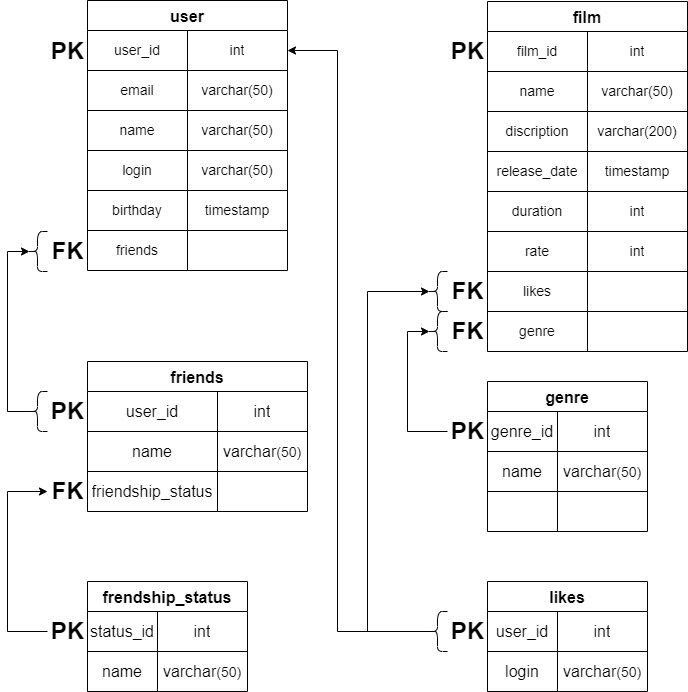
Nexler0/java-filmorate keeps this draw.io diagram as src/BD_scheme.png. Above is the earlier version. Source tidied: cells renumbered, new cells last; positions are measured from the earlier drawing's top-left corner, leaving out a move shared by most shapes.
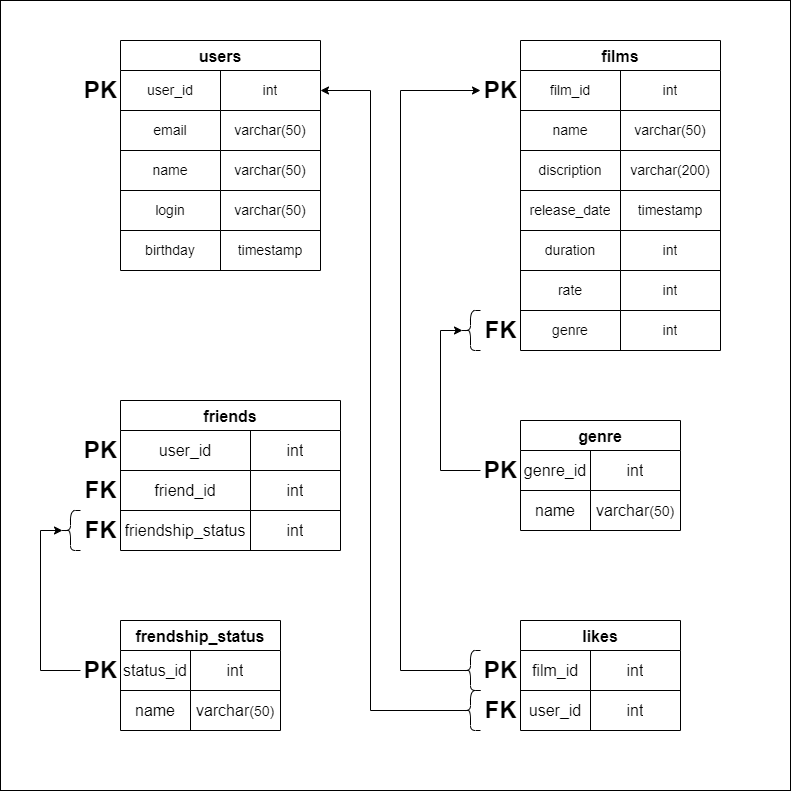
Above is the later version.

What changed in the source:
```diff
@@ -2,8 +2,11 @@
   <root>
     <mxCell id="0" />
     <mxCell id="1" parent="0" />
+    <mxCell id="100" style="whiteSpace=wrap;html=1;fontSize=16;" parent="1" vertex="1">
+      <mxGeometry x="200" y="-39" width="790" height="790" as="geometry" />
+    </mxCell>
-    <mxCell id="2" value="user" style="shape=table;startSize=30;fontStyle=1;align=center;fontSize=16;" parent="1" vertex="1">
-      <mxGeometry x="320" width="200" height="270" as="geometry" />
+    <mxCell id="2" value="users" style="shape=table;startSize=30;fontStyle=1;align=center;fontSize=16;" parent="1" vertex="1">
+      <mxGeometry x="320" y="1" width="200" height="230" as="geometry" />
     </mxCell>
     <mxCell id="3" style="shape=tableRow;horizontal=0;startSize=0;swimlaneHead=0;swimlaneBody=0;top=0;left=0;bottom=0;right=0;fillColor=none;points=[[0,0.5],[1,0.5]];portConstraint=eastwest;" parent="2" vertex="1">
       <mxGeometry y="30" width="200" height="40" as="geometry" />
@@ -50,17 +53,8 @@
     <mxCell id="17" value="timestamp" style="shape=partialRectangle;html=1;whiteSpace=wrap;fillColor=none;top=0;left=0;bottom=0;right=0;overflow=hidden;fontSize=14;" parent="15" vertex="1">
       <mxGeometry x="100" width="100" height="40" as="geometry" />
     </mxCell>
-    <mxCell id="18" style="shape=tableRow;horizontal=0;startSize=0;swimlaneHead=0;swimlaneBody=0;top=0;left=0;bottom=0;right=0;fillColor=none;" parent="2" vertex="1">
-      <mxGeometry y="230" width="200" height="40" as="geometry" />
-    </mxCell>
-    <mxCell id="19" value="friends" style="shape=partialRectangle;html=1;whiteSpace=wrap;fillColor=none;top=0;left=0;bottom=0;right=0;overflow=hidden;fontSize=14;" parent="18" vertex="1">
-      <mxGeometry width="100" height="40" as="geometry" />
-    </mxCell>
-    <mxCell id="20" style="shape=partialRectangle;html=1;whiteSpace=wrap;fillColor=none;top=0;left=0;bottom=0;right=0;overflow=hidden;fontSize=14;" parent="18" vertex="1">
-      <mxGeometry x="100" width="100" height="40" as="geometry" />
-    </mxCell>
-    <mxCell id="21" value="film" style="shape=table;startSize=30;fontStyle=1;align=center;fontSize=16;" parent="1" vertex="1">
-      <mxGeometry x="720" y="1" width="200" height="350" as="geometry" />
+    <mxCell id="21" value="films" style="shape=table;startSize=30;fontStyle=1;align=center;fontSize=16;" parent="1" vertex="1">
+      <mxGeometry x="720" y="1" width="200" height="310" as="geometry" />
     </mxCell>
     <mxCell id="22" style="shape=tableRow;horizontal=0;startSize=0;swimlaneHead=0;swimlaneBody=0;top=0;left=0;bottom=0;right=0;fillColor=none;" parent="21" vertex="1">
       <mxGeometry y="30" width="200" height="40" as="geometry" />
@@ -116,26 +110,17 @@
     <mxCell id="39" value="int" style="shape=partialRectangle;html=1;whiteSpace=wrap;fillColor=none;top=0;left=0;bottom=0;right=0;overflow=hidden;fontSize=14;" parent="37" vertex="1">
       <mxGeometry x="100" width="100" height="40" as="geometry" />
     </mxCell>
-    <mxCell id="40" style="shape=tableRow;horizontal=0;startSize=0;swimlaneHead=0;swimlaneBody=0;top=0;left=0;bottom=0;right=0;fillColor=none;" parent="21" vertex="1">
-      <mxGeometry y="270" width="200" height="40" as="geometry" />
-    </mxCell>
-    <mxCell id="41" value="likes" style="shape=partialRectangle;html=1;whiteSpace=wrap;fillColor=none;top=0;left=0;bottom=0;right=0;overflow=hidden;fontSize=14;" parent="40" vertex="1">
-      <mxGeometry width="100" height="40" as="geometry" />
-    </mxCell>
-    <mxCell id="42" style="shape=partialRectangle;html=1;whiteSpace=wrap;fillColor=none;top=0;left=0;bottom=0;right=0;overflow=hidden;fontSize=14;" parent="40" vertex="1">
-      <mxGeometry x="100" width="100" height="40" as="geometry" />
-    </mxCell>
     <mxCell id="43" style="shape=tableRow;horizontal=0;startSize=0;swimlaneHead=0;swimlaneBody=0;top=0;left=0;bottom=0;right=0;fillColor=none;" parent="21" vertex="1">
-      <mxGeometry y="310" width="200" height="40" as="geometry" />
+      <mxGeometry y="270" width="200" height="40" as="geometry" />
     </mxCell>
     <mxCell id="44" value="genre" style="shape=partialRectangle;html=1;whiteSpace=wrap;fillColor=none;top=0;left=0;bottom=0;right=0;overflow=hidden;fontSize=14;" parent="43" vertex="1">
       <mxGeometry width="100" height="40" as="geometry" />
     </mxCell>
-    <mxCell id="45" style="shape=partialRectangle;html=1;whiteSpace=wrap;fillColor=none;top=0;left=0;bottom=0;right=0;overflow=hidden;fontSize=14;" parent="43" vertex="1">
+    <mxCell id="45" value="int" style="shape=partialRectangle;html=1;whiteSpace=wrap;fillColor=none;top=0;left=0;bottom=0;right=0;overflow=hidden;fontSize=14;" parent="43" vertex="1">
       <mxGeometry x="100" width="100" height="40" as="geometry" />
     </mxCell>
     <mxCell id="46" value="genre" style="shape=table;startSize=30;fontStyle=1;align=center;fontSize=16;" parent="1" vertex="1">
-      <mxGeometry x="720" y="381" width="160" height="150" as="geometry" />
+      <mxGeometry x="720" y="381" width="160" height="110" as="geometry" />
     </mxCell>
     <mxCell id="47" style="shape=tableRow;horizontal=0;startSize=0;swimlaneHead=0;swimlaneBody=0;top=0;left=0;bottom=0;right=0;fillColor=none;fontSize=16;" parent="46" vertex="1">
       <mxGeometry y="30" width="160" height="40" as="geometry" />
@@ -155,15 +140,6 @@
     <mxCell id="52" value="varchar&lt;span style=&quot;font-size: 14px;&quot;&gt;(50)&lt;/span&gt;" style="shape=partialRectangle;html=1;whiteSpace=wrap;fillColor=none;top=0;left=0;bottom=0;right=0;overflow=hidden;fontSize=16;" parent="50" vertex="1">
       <mxGeometry x="70" width="90" height="40" as="geometry" />
     </mxCell>
-    <mxCell id="53" style="shape=tableRow;horizontal=0;startSize=0;swimlaneHead=0;swimlaneBody=0;top=0;left=0;bottom=0;right=0;fillColor=none;fontSize=16;" parent="46" vertex="1">
-      <mxGeometry y="110" width="160" height="40" as="geometry" />
-    </mxCell>
-    <mxCell id="54" style="shape=partialRectangle;html=1;whiteSpace=wrap;fillColor=none;top=0;left=0;bottom=0;right=0;overflow=hidden;fontSize=16;" parent="53" vertex="1">
-      <mxGeometry width="70" height="40" as="geometry" />
-    </mxCell>
-    <mxCell id="55" style="shape=partialRectangle;html=1;whiteSpace=wrap;fillColor=none;top=0;left=0;bottom=0;right=0;overflow=hidden;fontSize=16;" parent="53" vertex="1">
-      <mxGeometry x="70" width="90" height="40" as="geometry" />
-    </mxCell>
     <mxCell id="56" value="friends" style="shape=table;startSize=30;fontStyle=1;align=center;fontSize=16;" parent="1" vertex="1">
       <mxGeometry x="320" y="361" width="220" height="150" as="geometry" />
     </mxCell>
@@ -179,10 +155,10 @@
     <mxCell id="60" style="shape=tableRow;horizontal=0;startSize=0;swimlaneHead=0;swimlaneBody=0;top=0;left=0;bottom=0;right=0;fillColor=none;fontSize=16;" parent="56" vertex="1">
       <mxGeometry y="70" width="220" height="40" as="geometry" />
     </mxCell>
-    <mxCell id="61" value="name" style="shape=partialRectangle;html=1;whiteSpace=wrap;fillColor=none;top=0;left=0;bottom=0;right=0;overflow=hidden;fontSize=16;" parent="60" vertex="1">
+    <mxCell id="61" value="friend_id" style="shape=partialRectangle;html=1;whiteSpace=wrap;fillColor=none;top=0;left=0;bottom=0;right=0;overflow=hidden;fontSize=16;" parent="60" vertex="1">
       <mxGeometry width="130" height="40" as="geometry" />
     </mxCell>
-    <mxCell id="62" value="varchar&lt;span style=&quot;font-size: 14px;&quot;&gt;(50)&lt;/span&gt;" style="shape=partialRectangle;html=1;whiteSpace=wrap;fillColor=none;top=0;left=0;bottom=0;right=0;overflow=hidden;fontSize=16;" parent="60" vertex="1">
+    <mxCell id="62" value="int" style="shape=partialRectangle;html=1;whiteSpace=wrap;fillColor=none;top=0;left=0;bottom=0;right=0;overflow=hidden;fontSize=16;" parent="60" vertex="1">
       <mxGeometry x="130" width="90" height="40" as="geometry" />
     </mxCell>
     <mxCell id="63" style="shape=tableRow;horizontal=0;startSize=0;swimlaneHead=0;swimlaneBody=0;top=0;left=0;bottom=0;right=0;fillColor=none;fontSize=16;" parent="56" vertex="1">
@@ -191,29 +167,15 @@
     <mxCell id="64" value="friendship_status" style="shape=partialRectangle;html=1;whiteSpace=wrap;fillColor=none;top=0;left=0;bottom=0;right=0;overflow=hidden;fontSize=16;horizontal=1;" parent="63" vertex="1">
       <mxGeometry width="130" height="40" as="geometry" />
     </mxCell>
-    <mxCell id="65" style="shape=partialRectangle;html=1;whiteSpace=wrap;fillColor=none;top=0;left=0;bottom=0;right=0;overflow=hidden;fontSize=16;" parent="63" vertex="1">
+    <mxCell id="65" value="int" style="shape=partialRectangle;html=1;whiteSpace=wrap;fillColor=none;top=0;left=0;bottom=0;right=0;overflow=hidden;fontSize=16;" parent="63" vertex="1">
       <mxGeometry x="130" width="90" height="40" as="geometry" />
     </mxCell>
     <mxCell id="66" value="FK" style="text;strokeColor=none;fillColor=none;html=1;fontSize=24;fontStyle=1;verticalAlign=middle;align=center;" parent="1" vertex="1">
       <mxGeometry x="280" y="471" width="40" height="40" as="geometry" />
     </mxCell>
-    <mxCell id="67" style="edgeStyle=elbowEdgeStyle;rounded=0;jettySize=auto;html=1;exitX=0.1;exitY=0.5;exitDx=0;exitDy=0;entryX=0.1;entryY=0.5;entryDx=0;entryDy=0;entryPerimeter=0;fontSize=16;exitPerimeter=0;" parent="1" edge="1" source="86" target="69">
-      <mxGeometry relative="1" as="geometry">
-        <Array as="points">
-          <mxPoint x="240" y="321" />
-          <mxPoint y="341" />
-        </Array>
-      </mxGeometry>
-    </mxCell>
     <mxCell id="68" value="PK" style="text;strokeColor=none;fillColor=none;html=1;fontSize=24;fontStyle=1;verticalAlign=middle;align=center;" parent="1" vertex="1">
       <mxGeometry x="280" y="391" width="40" height="40" as="geometry" />
     </mxCell>
-    <mxCell id="69" style="shape=curlyBracket;whiteSpace=wrap;html=1;rounded=1;fontSize=16;" parent="1" vertex="1">
-      <mxGeometry x="260" y="231" width="20" height="40" as="geometry" />
-    </mxCell>
-    <mxCell id="70" value="FK" style="text;strokeColor=none;fillColor=none;html=1;fontSize=24;fontStyle=1;verticalAlign=middle;align=center;" parent="1" vertex="1">
-      <mxGeometry x="280" y="231" width="40" height="40" as="geometry" />
-    </mxCell>
     <mxCell id="71" value="PK" style="text;strokeColor=none;fillColor=none;html=1;fontSize=24;fontStyle=1;verticalAlign=middle;align=center;" parent="1" vertex="1">
       <mxGeometry x="280" y="31" width="40" height="40" as="geometry" />
     </mxCell>
@@ -221,7 +183,7 @@
       <mxGeometry x="680" y="31" width="40" height="40" as="geometry" />
     </mxCell>
     <mxCell id="73" value="FK" style="text;strokeColor=none;fillColor=none;html=1;fontSize=24;fontStyle=1;verticalAlign=middle;align=center;" parent="1" vertex="1">
-      <mxGeometry x="680" y="311" width="40" height="40" as="geometry" />
+      <mxGeometry x="680" y="271" width="40" height="40" as="geometry" />
     </mxCell>
     <mxCell id="74" style="edgeStyle=elbowEdgeStyle;rounded=0;jettySize=auto;html=1;exitX=0;exitY=0.5;exitDx=0;exitDy=0;fontSize=16;entryX=0.1;entryY=0.5;entryDx=0;entryDy=0;entryPerimeter=0;" parent="1" edge="1" source="75" target="85">
       <mxGeometry relative="1" as="geometry">
@@ -254,7 +216,7 @@
     <mxCell id="82" value="varchar&lt;span style=&quot;font-size: 14px;&quot;&gt;(50)&lt;/span&gt;" style="shape=partialRectangle;html=1;whiteSpace=wrap;fillColor=none;top=0;left=0;bottom=0;right=0;overflow=hidden;fontSize=16;" parent="80" vertex="1">
       <mxGeometry x="70" width="90" height="40" as="geometry" />
     </mxCell>
-    <mxCell id="83" style="edgeStyle=elbowEdgeStyle;rounded=0;jettySize=auto;html=1;exitX=0;exitY=0.5;exitDx=0;exitDy=0;entryX=0;entryY=0.5;entryDx=0;entryDy=0;fontSize=16;" parent="1" edge="1" source="84" target="66">
+    <mxCell id="83" style="edgeStyle=elbowEdgeStyle;rounded=0;jettySize=auto;html=1;exitX=0;exitY=0.5;exitDx=0;exitDy=0;entryX=0.1;entryY=0.5;entryDx=0;entryDy=0;fontSize=16;entryPerimeter=0;" parent="1" edge="1" source="84" target="104">
       <mxGeometry relative="1" as="geometry">
         <Array as="points">
           <mxPoint x="240" y="561" />
@@ -265,19 +227,22 @@
       <mxGeometry x="280" y="611" width="40" height="40" as="geometry" />
     </mxCell>
     <mxCell id="85" style="shape=curlyBracket;whiteSpace=wrap;html=1;rounded=1;fontSize=16;" parent="1" vertex="1">
-      <mxGeometry x="660" y="311" width="20" height="40" as="geometry" />
+      <mxGeometry x="660" y="271" width="20" height="40" as="geometry" />
     </mxCell>
-    <mxCell id="86" style="shape=curlyBracket;whiteSpace=wrap;html=1;rounded=1;fontSize=16;" parent="1" vertex="1">
-      <mxGeometry x="260" y="391" width="20" height="40" as="geometry" />
-    </mxCell>
-    <mxCell id="87" value="FK" style="text;strokeColor=none;fillColor=none;html=1;fontSize=24;fontStyle=1;verticalAlign=middle;align=center;" parent="1" vertex="1">
-      <mxGeometry x="680" y="271" width="40" height="40" as="geometry" />
-    </mxCell>
     <mxCell id="88" value="likes" style="shape=table;startSize=30;fontStyle=1;align=center;fontSize=16;" parent="1" vertex="1">
       <mxGeometry x="720" y="581" width="160" height="110" as="geometry" />
     </mxCell>
+    <mxCell id="101" style="shape=tableRow;horizontal=0;startSize=0;swimlaneHead=0;swimlaneBody=0;top=0;left=0;bottom=0;right=0;fillColor=none;fontSize=16;" parent="88" vertex="1">
+      <mxGeometry y="30" width="160" height="40" as="geometry" />
+    </mxCell>
+    <mxCell id="102" value="film_id" style="shape=partialRectangle;html=1;whiteSpace=wrap;fillColor=none;top=0;left=0;bottom=0;right=0;overflow=hidden;fontSize=16;" parent="101" vertex="1">
+      <mxGeometry width="70" height="40" as="geometry" />
+    </mxCell>
+    <mxCell id="103" value="int" style="shape=partialRectangle;html=1;whiteSpace=wrap;fillColor=none;top=0;left=0;bottom=0;right=0;overflow=hidden;fontSize=16;" parent="101" vertex="1">
+      <mxGeometry x="70" width="90" height="40" as="geometry" />
+    </mxCell>
     <mxCell id="89" style="shape=tableRow;horizontal=0;startSize=0;swimlaneHead=0;swimlaneBody=0;top=0;left=0;bottom=0;right=0;fillColor=none;fontSize=16;" parent="88" vertex="1">
-      <mxGeometry y="30" width="160" height="40" as="geometry" />
+      <mxGeometry y="70" width="160" height="40" as="geometry" />
     </mxCell>
     <mxCell id="90" value="user_id" style="shape=partialRectangle;html=1;whiteSpace=wrap;fillColor=none;top=0;left=0;bottom=0;right=0;overflow=hidden;fontSize=16;" parent="89" vertex="1">
       <mxGeometry width="70" height="40" as="geometry" />
@@ -285,26 +250,17 @@
     <mxCell id="91" value="int" style="shape=partialRectangle;html=1;whiteSpace=wrap;fillColor=none;top=0;left=0;bottom=0;right=0;overflow=hidden;fontSize=16;" parent="89" vertex="1">
       <mxGeometry x="70" width="90" height="40" as="geometry" />
     </mxCell>
-    <mxCell id="92" style="shape=tableRow;horizontal=0;startSize=0;swimlaneHead=0;swimlaneBody=0;top=0;left=0;bottom=0;right=0;fillColor=none;fontSize=16;" parent="88" vertex="1">
-      <mxGeometry y="70" width="160" height="40" as="geometry" />
-    </mxCell>
-    <mxCell id="93" value="login" style="shape=partialRectangle;html=1;whiteSpace=wrap;fillColor=none;top=0;left=0;bottom=0;right=0;overflow=hidden;fontSize=16;" parent="92" vertex="1">
-      <mxGeometry width="70" height="40" as="geometry" />
-    </mxCell>
-    <mxCell id="94" value="varchar&lt;span style=&quot;font-size: 14px;&quot;&gt;(50)&lt;/span&gt;" style="shape=partialRectangle;html=1;whiteSpace=wrap;fillColor=none;top=0;left=0;bottom=0;right=0;overflow=hidden;fontSize=16;" parent="92" vertex="1">
-      <mxGeometry x="70" width="90" height="40" as="geometry" />
-    </mxCell>
     <mxCell id="95" value="PK" style="text;strokeColor=none;fillColor=none;html=1;fontSize=24;fontStyle=1;verticalAlign=middle;align=center;" parent="1" vertex="1">
       <mxGeometry x="680" y="611" width="40" height="40" as="geometry" />
     </mxCell>
-    <mxCell id="96" style="edgeStyle=elbowEdgeStyle;rounded=0;jettySize=auto;html=1;exitX=0.1;exitY=0.5;exitDx=0;exitDy=0;exitPerimeter=0;entryX=0.1;entryY=0.5;entryDx=0;entryDy=0;entryPerimeter=0;fontSize=16;" parent="1" edge="1" source="98" target="99">
+    <mxCell id="96" style="edgeStyle=elbowEdgeStyle;rounded=0;jettySize=auto;html=1;exitX=0.1;exitY=0.5;exitDx=0;exitDy=0;exitPerimeter=0;entryX=0;entryY=0.5;entryDx=0;entryDy=0;fontSize=16;" parent="1" edge="1" source="98" target="72">
       <mxGeometry relative="1" as="geometry">
         <Array as="points">
           <mxPoint x="600" y="451" />
         </Array>
       </mxGeometry>
     </mxCell>
-    <mxCell id="97" style="edgeStyle=elbowEdgeStyle;rounded=0;jettySize=auto;html=1;exitX=0.1;exitY=0.5;exitDx=0;exitDy=0;exitPerimeter=0;entryX=1;entryY=0.5;entryDx=0;entryDy=0;fontSize=16;" parent="1" edge="1" source="98" target="3">
+    <mxCell id="97" style="edgeStyle=elbowEdgeStyle;rounded=0;jettySize=auto;html=1;entryX=1;entryY=0.5;entryDx=0;entryDy=0;fontSize=16;exitX=0.1;exitY=0.5;exitDx=0;exitDy=0;exitPerimeter=0;" parent="1" edge="1" source="106" target="3">
       <mxGeometry relative="1" as="geometry">
         <Array as="points">
           <mxPoint x="570" y="111" />
@@ -314,8 +270,17 @@
     <mxCell id="98" style="shape=curlyBracket;whiteSpace=wrap;html=1;rounded=1;fontSize=16;" parent="1" vertex="1">
       <mxGeometry x="660" y="611" width="20" height="40" as="geometry" />
     </mxCell>
-    <mxCell id="99" style="shape=curlyBracket;whiteSpace=wrap;html=1;rounded=1;fontSize=16;" parent="1" vertex="1">
-      <mxGeometry x="660" y="271" width="20" height="40" as="geometry" />
-    </mxCell>
+    <mxCell id="104" style="shape=curlyBracket;whiteSpace=wrap;html=1;rounded=1;fontSize=16;" parent="1" vertex="1">
+      <mxGeometry x="260" y="471" width="20" height="40" as="geometry" />
+    </mxCell>
+    <mxCell id="105" value="FK" style="text;strokeColor=none;fillColor=none;html=1;fontSize=24;fontStyle=1;verticalAlign=middle;align=center;" parent="1" vertex="1">
+      <mxGeometry x="680" y="651" width="40" height="40" as="geometry" />
+    </mxCell>
+    <mxCell id="106" style="shape=curlyBracket;whiteSpace=wrap;html=1;rounded=1;fontSize=16;" parent="1" vertex="1">
+      <mxGeometry x="660" y="651" width="20" height="40" as="geometry" />
+    </mxCell>
+    <mxCell id="107" value="FK" style="text;strokeColor=none;fillColor=none;html=1;fontSize=24;fontStyle=1;verticalAlign=middle;align=center;" parent="1" vertex="1">
+      <mxGeometry x="280" y="431" width="40" height="40" as="geometry" />
+    </mxCell>
   </root>
 </mxGraphModel>
```
